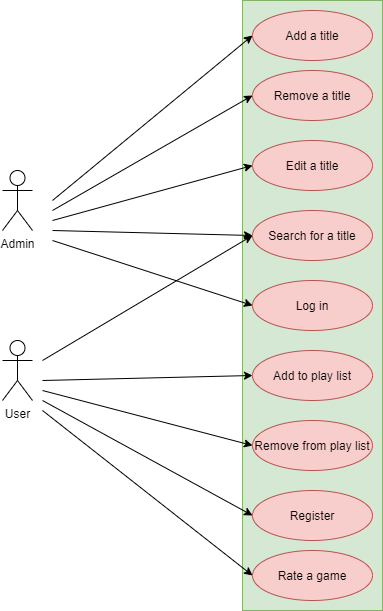
This is Untitled Diagram.png from ReapersSorrow/Projects, a draw.io export, as it was before one commit. Source tidied: cells renumbered, new cells last; positions are measured from the earlier drawing's top-left corner, leaving out a move shared by most shapes.
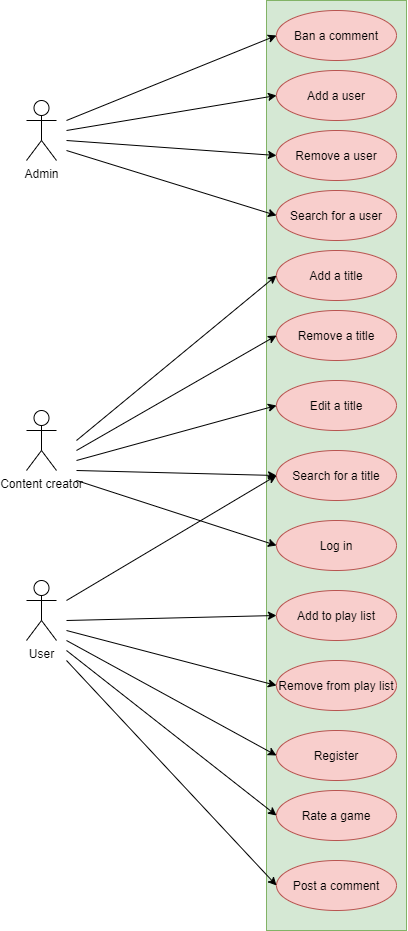
After the change.

The edit, as a diff of the source:
```diff
@@ -2,14 +2,14 @@
   <root>
     <mxCell id="0" />
     <mxCell id="1" parent="0" />
-    <mxCell id="2" value="Admin" style="shape=umlActor;verticalLabelPosition=bottom;verticalAlign=top;html=1;" parent="1" vertex="1">
+    <mxCell id="2" value="Content creator" style="shape=umlActor;verticalLabelPosition=bottom;verticalAlign=top;html=1;" parent="1" vertex="1">
       <mxGeometry y="170" width="30" height="60" as="geometry" />
     </mxCell>
     <mxCell id="3" value="User" style="shape=umlActor;verticalLabelPosition=bottom;verticalAlign=top;html=1;" parent="1" vertex="1">
       <mxGeometry y="340" width="30" height="60" as="geometry" />
     </mxCell>
     <mxCell id="4" style="rounded=0;whiteSpace=wrap;html=1;fillColor=#d5e8d4;strokeColor=#82b366;" parent="1" vertex="1">
-      <mxGeometry x="240" width="140" height="610" as="geometry" />
+      <mxGeometry x="240" y="-240" width="140" height="930" as="geometry" />
     </mxCell>
     <mxCell id="5" value="Add a title" style="ellipse;whiteSpace=wrap;html=1;fillColor=#f8cecc;strokeColor=#b85450;" parent="1" vertex="1">
       <mxGeometry x="250" y="10" width="120" height="50" as="geometry" />
@@ -88,5 +88,48 @@
         <mxPoint x="50" y="240" as="sourcePoint" />
       </mxGeometry>
     </mxCell>
+    <mxCell id="24" value="Admin" style="shape=umlActor;verticalLabelPosition=bottom;verticalAlign=top;html=1;" parent="1" vertex="1">
+      <mxGeometry y="-140" width="30" height="60" as="geometry" />
+    </mxCell>
+    <mxCell id="25" value="Add a user" style="ellipse;whiteSpace=wrap;html=1;fillColor=#f8cecc;strokeColor=#b85450;" parent="1" vertex="1">
+      <mxGeometry x="250" y="-170" width="120" height="50" as="geometry" />
+    </mxCell>
+    <mxCell id="26" value="Remove a user" style="ellipse;whiteSpace=wrap;html=1;fillColor=#f8cecc;strokeColor=#b85450;" parent="1" vertex="1">
+      <mxGeometry x="250" y="-110" width="120" height="50" as="geometry" />
+    </mxCell>
+    <mxCell id="27" value="Search for a user" style="ellipse;whiteSpace=wrap;html=1;fillColor=#f8cecc;strokeColor=#b85450;" parent="1" vertex="1">
+      <mxGeometry x="250" y="-50" width="120" height="50" as="geometry" />
+    </mxCell>
+    <mxCell id="28" value="Post a comment" style="ellipse;whiteSpace=wrap;html=1;fillColor=#f8cecc;strokeColor=#b85450;" parent="1" vertex="1">
+      <mxGeometry x="250" y="620" width="120" height="50" as="geometry" />
+    </mxCell>
+    <mxCell id="29" value="Ban a comment" style="ellipse;whiteSpace=wrap;html=1;fillColor=#f8cecc;strokeColor=#b85450;" parent="1" vertex="1">
+      <mxGeometry x="250" y="-230" width="120" height="50" as="geometry" />
+    </mxCell>
+    <mxCell id="30" style="endArrow=classic;html=1;entryX=0;entryY=0.5;entryDx=0;entryDy=0;" parent="1" edge="1" target="28">
+      <mxGeometry relative="1" as="geometry">
+        <mxPoint x="40" y="420" as="sourcePoint" />
+      </mxGeometry>
+    </mxCell>
+    <mxCell id="31" style="endArrow=classic;html=1;entryX=0;entryY=0.5;entryDx=0;entryDy=0;" parent="1" edge="1" target="29">
+      <mxGeometry relative="1" as="geometry">
+        <mxPoint x="40" y="-120" as="sourcePoint" />
+      </mxGeometry>
+    </mxCell>
+    <mxCell id="32" style="endArrow=classic;html=1;entryX=0;entryY=0.5;entryDx=0;entryDy=0;" parent="1" edge="1" target="25">
+      <mxGeometry relative="1" as="geometry">
+        <mxPoint x="40" y="-110" as="sourcePoint" />
+      </mxGeometry>
+    </mxCell>
+    <mxCell id="33" style="endArrow=classic;html=1;entryX=0;entryY=0.5;entryDx=0;entryDy=0;" parent="1" edge="1" target="26">
+      <mxGeometry relative="1" as="geometry">
+        <mxPoint x="40" y="-100" as="sourcePoint" />
+      </mxGeometry>
+    </mxCell>
+    <mxCell id="34" style="endArrow=classic;html=1;entryX=0;entryY=0.5;entryDx=0;entryDy=0;" parent="1" edge="1" target="27">
+      <mxGeometry relative="1" as="geometry">
+        <mxPoint x="40" y="-90" as="sourcePoint" />
+      </mxGeometry>
+    </mxCell>
   </root>
 </mxGraphModel>
```
